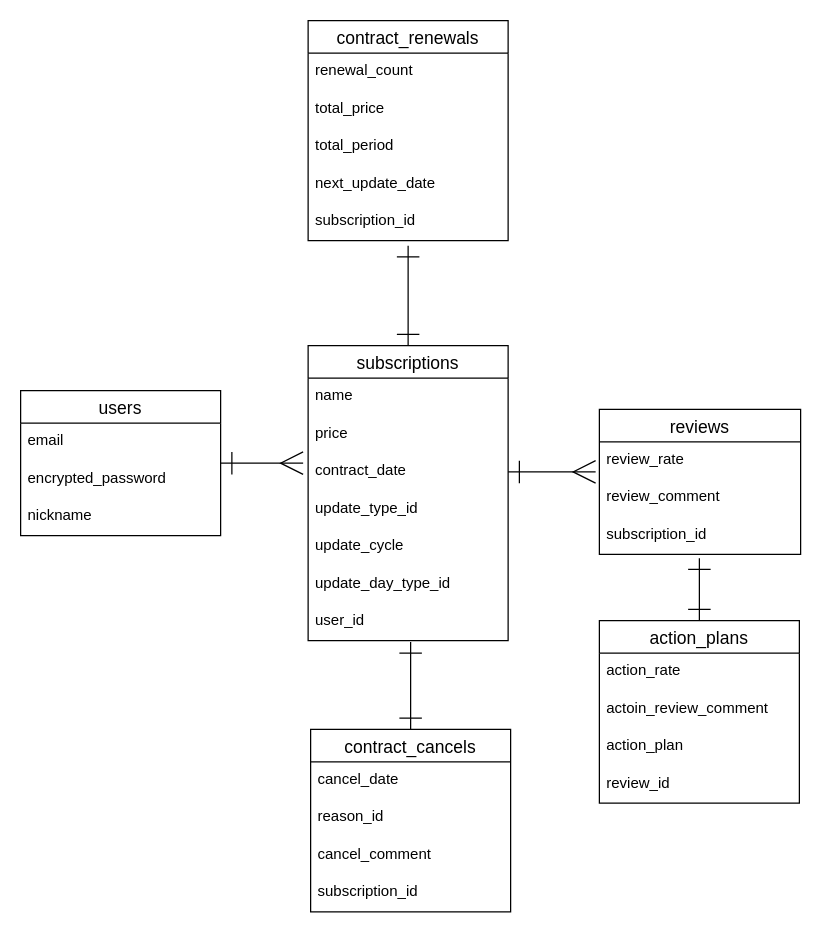
Above: er_dia.dio in 28niwa2108/look-back (draw.io), before the change. Source tidied: cells renumbered, new cells numbered last; positions are measured from the earlier drawing's top-left corner, leaving out a move shared by most shapes. Both pictures are drawn from the tidied source at 125%, with x=0, y=0 at pixel (20, 20).
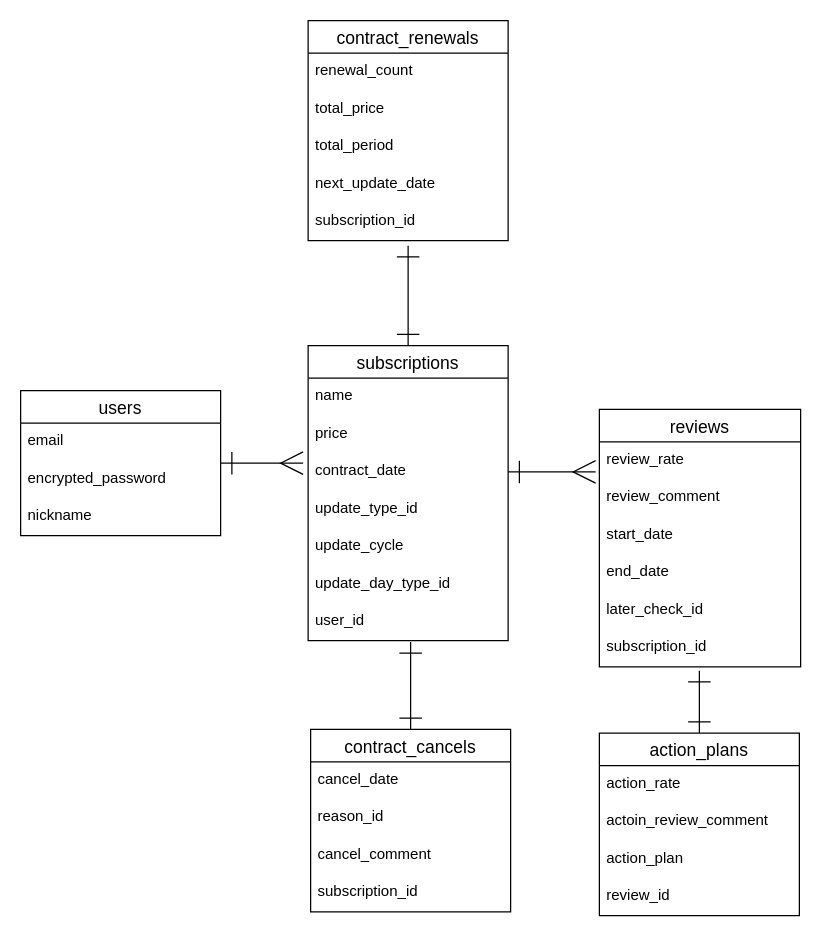
The same diagram, later.

Diff of the diagram source:
```diff
@@
     <mxCell id="28" value="reviews" style="swimlane;fontStyle=0;horizontal=1;startSize=26;align=center;fontSize=14;" parent="1" vertex="1">
-      <mxGeometry x="463" y="311" width="161" height="116" as="geometry" />
+      <mxGeometry x="463" y="311" width="161" height="206" as="geometry" />
     </mxCell>
@@
+    <mxCell id="39" value="start_date" style="text;strokeColor=none;fillColor=none;spacingLeft=4;spacingRight=4;overflow=hidden;fontSize=12;" parent="28" vertex="1">
+      <mxGeometry y="86" width="161" height="30" as="geometry" />
+    </mxCell>
+    <mxCell id="40" value="end_date" style="text;strokeColor=none;fillColor=none;spacingLeft=4;spacingRight=4;overflow=hidden;fontSize=12;" parent="28" vertex="1">
+      <mxGeometry y="116" width="161" height="30" as="geometry" />
+    </mxCell>
-    <mxCell id="31" value="subscription_id" style="text;strokeColor=none;fillColor=none;spacingLeft=4;spacingRight=4;overflow=hidden;fontSize=12;" parent="28" vertex="1">
-      <mxGeometry y="86" width="161" height="30" as="geometry" />
+    <mxCell id="31" value="later_check_id" style="text;strokeColor=none;fillColor=none;spacingLeft=4;spacingRight=4;overflow=hidden;fontSize=12;" parent="28" vertex="1">
+      <mxGeometry y="146" width="161" height="30" as="geometry" />
     </mxCell>
+    <mxCell id="41" value="subscription_id" style="text;strokeColor=none;fillColor=none;spacingLeft=4;spacingRight=4;overflow=hidden;fontSize=12;" parent="28" vertex="1">
+      <mxGeometry y="176" width="161" height="30" as="geometry" />
+    </mxCell>
     <mxCell id="32" style="edgeStyle=orthogonalEdgeStyle;rounded=0;jettySize=auto;html=1;exitX=0.5;exitY=0;exitDx=0;exitDy=0;startArrow=ERone;startFill=0;endArrow=ERone;endFill=0;startSize=16;endSize=16;strokeWidth=1;" parent="1" edge="1" source="33">
       <mxGeometry relative="1" as="geometry">
-        <mxPoint x="543" y="430" as="targetPoint" />
+        <mxPoint x="543" y="520" as="targetPoint" />
       </mxGeometry>
     </mxCell>
     <mxCell id="33" value="action_plans" style="swimlane;fontStyle=0;horizontal=1;startSize=26;align=center;fontSize=14;" parent="1" vertex="1">
-      <mxGeometry x="463" y="480" width="160" height="146" as="geometry" />
+      <mxGeometry x="463" y="570" width="160" height="146" as="geometry" />
     </mxCell>
```
